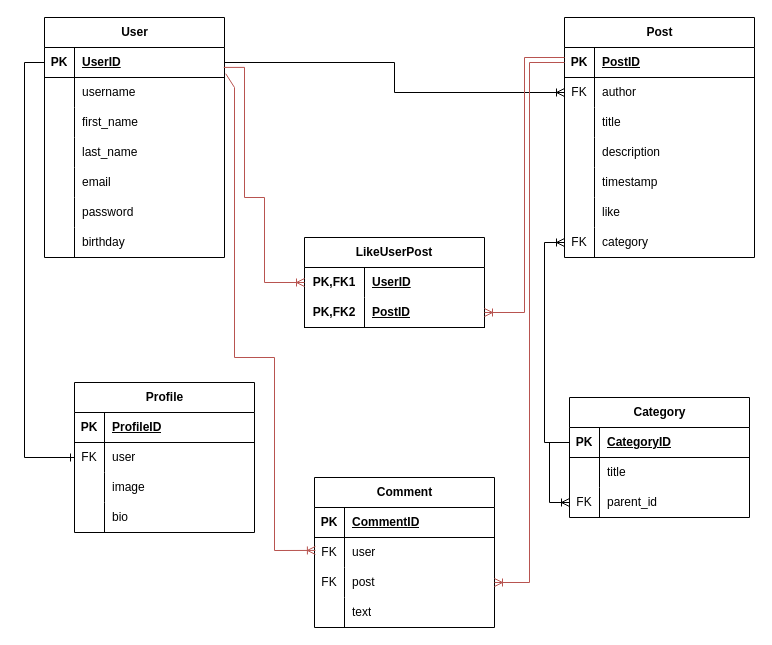
Above: Untitled Diagram.drawio in Nahid-ahmdv/DjangoBlogProgect-BrandAfraz- (draw.io), before the change. Source tidied: cells renumbered, new cells numbered last; positions are measured from the earlier drawing's top-left corner, leaving out a move shared by most shapes. Both pictures are drawn from the tidied source at 100%, with x=0, y=0 at pixel (44, 17).
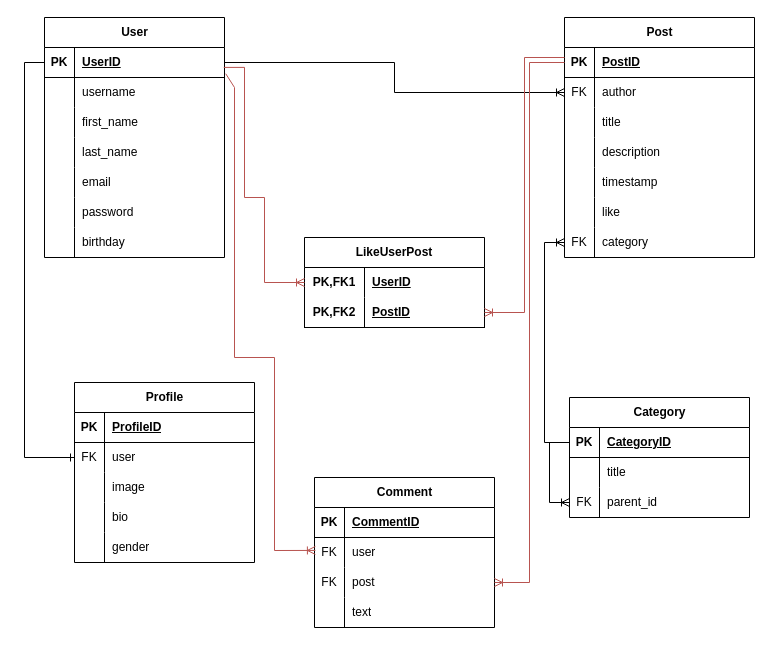
The same diagram, later.

The edit, as a diff of the source:
```diff
@@
     <mxCell id="68" value="Profile" style="shape=table;startSize=30;childLayout=tableLayout;rowLines=0;fontStyle=1;align=center;html=1;" parent="1" vertex="1">
-      <mxGeometry x="30" y="365" width="180" height="150" as="geometry" />
+      <mxGeometry x="30" y="365" width="180" height="180" as="geometry" />
     </mxCell>
@@
+    <mxCell id="97" style="shape=tableRow;horizontal=0;startSize=0;swimlaneHead=0;swimlaneBody=0;fillColor=none;top=0;left=0;right=0;bottom=0;" parent="68" vertex="1">
+      <mxGeometry y="150" width="180" height="30" as="geometry" />
+    </mxCell>
+    <mxCell id="98" style="shape=partialRectangle;fillColor=none;top=0;left=0;bottom=0;right=0;overflow=hidden;whiteSpace=wrap;html=1;" parent="97" vertex="1">
+      <mxGeometry width="30" height="30" as="geometry" />
+    </mxCell>
+    <mxCell id="99" value="gender" style="shape=partialRectangle;fillColor=none;top=0;left=0;bottom=0;right=0;align=left;spacingLeft=6;overflow=hidden;whiteSpace=wrap;html=1;" parent="97" vertex="1">
+      <mxGeometry x="30" width="150" height="30" as="geometry" />
+    </mxCell>
```
